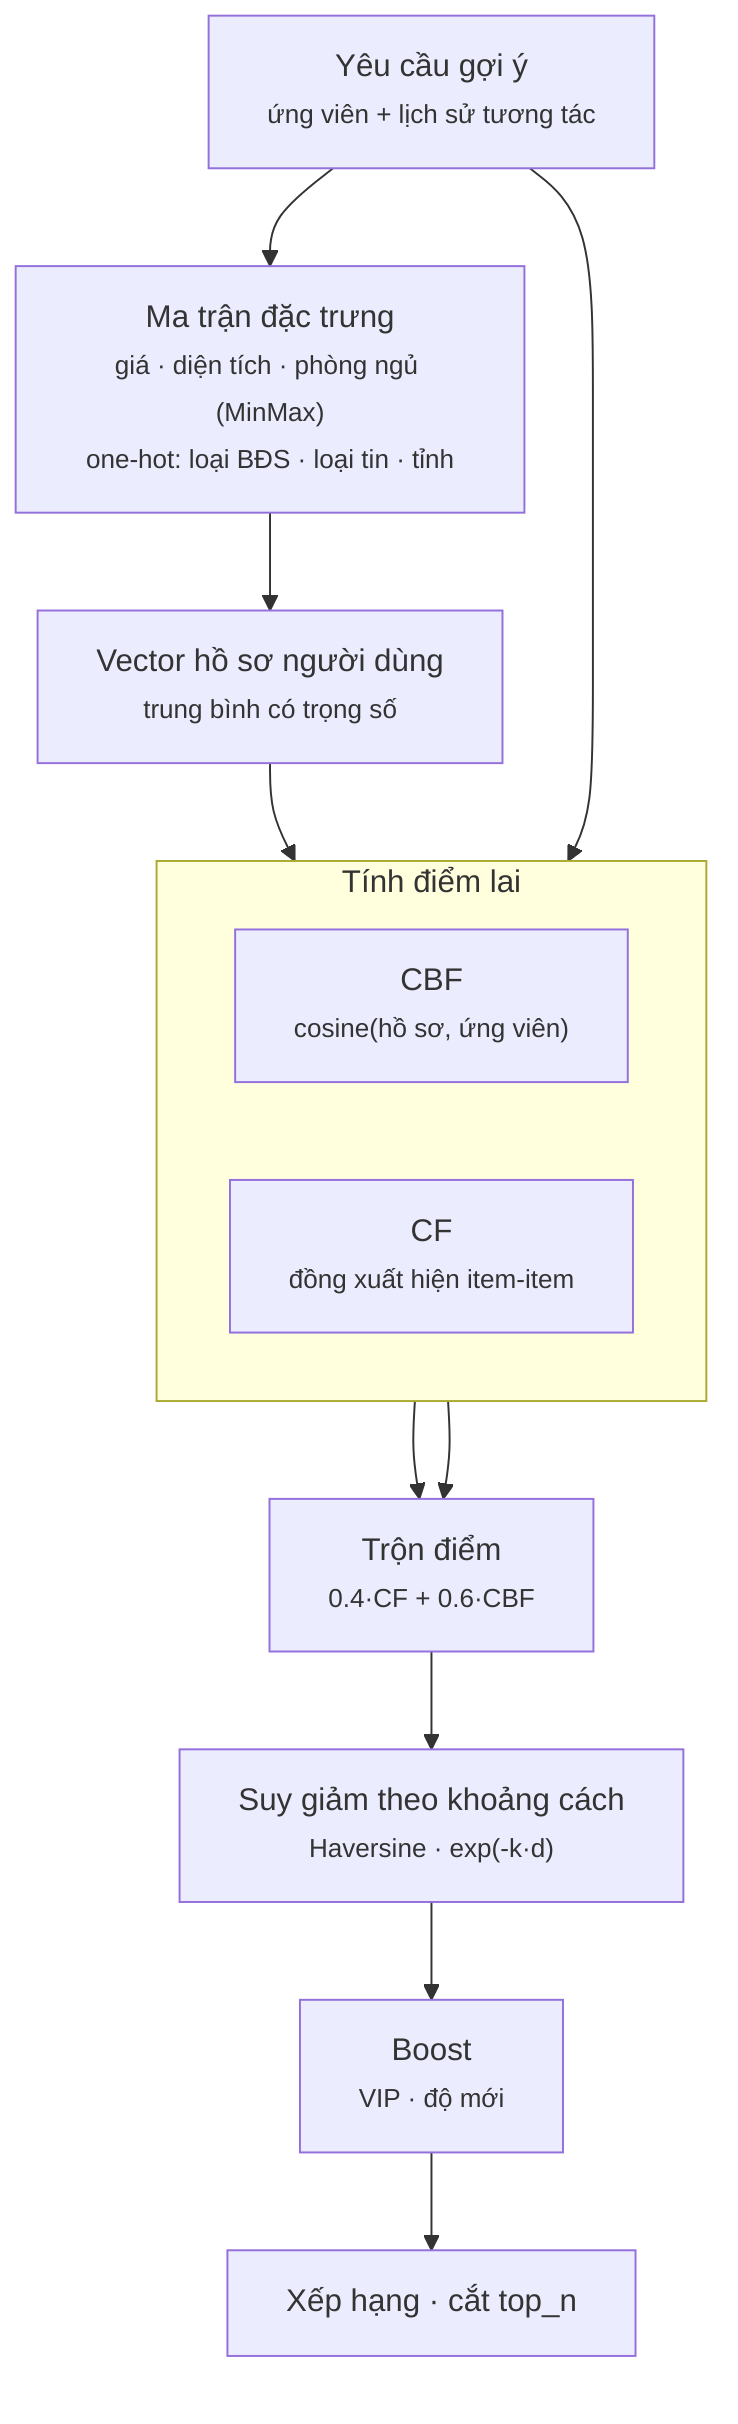
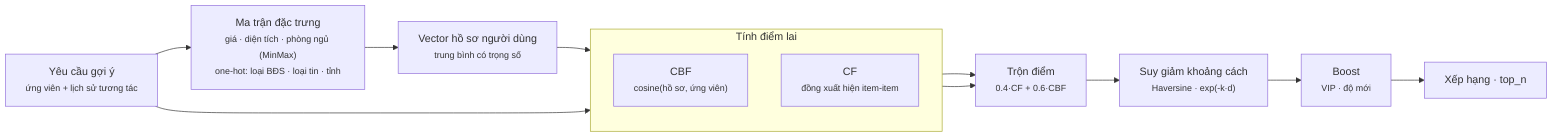
- flowchart TB
+ flowchart LR
 Req["Yêu cầu gợi ý<br/><small>ứng viên + lịch sử tương tác</small>"]
 Matrix["Ma trận đặc trưng<br/><small>giá · diện tích · phòng ngủ (MinMax)<br/>one-hot: loại BĐS · loại tin · tỉnh</small>"]
+  Profile["Vector hồ sơ người dùng<br/><small>trung bình có trọng số</small>"]
 subgraph Score["Tính điểm lai"]
-  direction LR
+  direction TB
 CBF["CBF<br/><small>cosine(hồ sơ, ứng viên)</small>"]
 CF["CF<br/><small>đồng xuất hiện item-item</small>"]
 end
-  Profile["Vector hồ sơ người dùng<br/><small>trung bình có trọng số</small>"]
 Blend["Trộn điểm<br/><small>0.4·CF + 0.6·CBF</small>"]
-  Geo["Suy giảm theo khoảng cách<br/><small>Haversine · exp(-k·d)</small>"]
+  Geo["Suy giảm khoảng cách<br/><small>Haversine · exp(-k·d)</small>"]
 Boost["Boost<br/><small>VIP · độ mới</small>"]
-  Rank["Xếp hạng · cắt top_n"]
+  Rank["Xếp hạng · top_n"]

-  Req --> Matrix
-  Matrix --> Profile
+  Req --> Matrix --> Profile
 Profile --> CBF
 Req --> CF
 CBF --> Blend
 CF --> Blend
 Blend --> Geo --> Boost --> Rank
